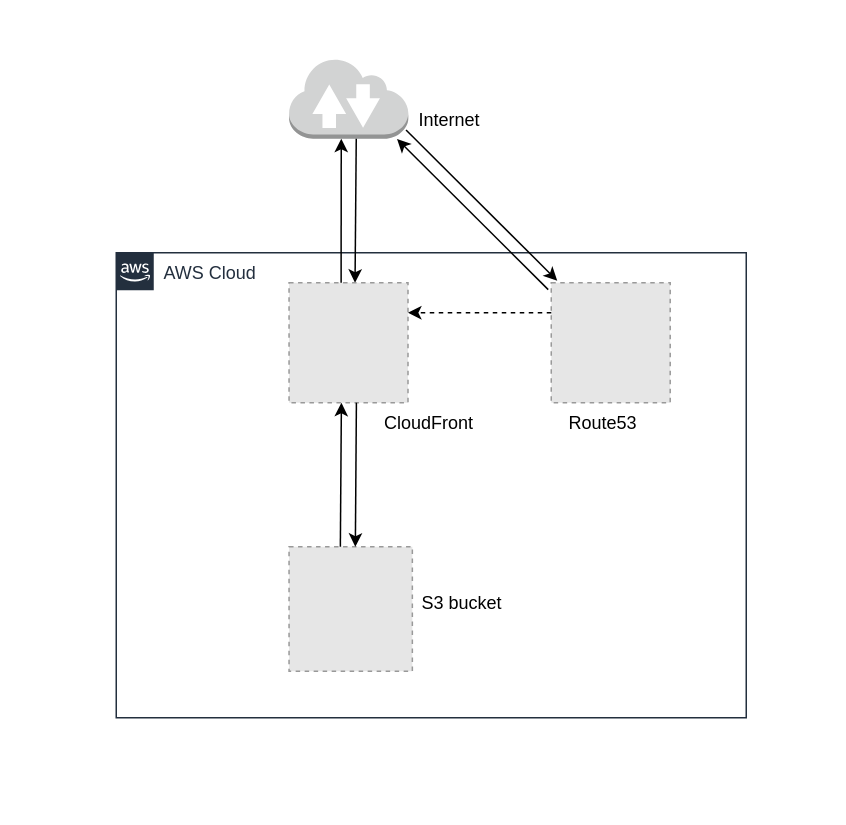
kokoichi206/cloud-prac keeps this draw.io diagram as aws_saa/cloud_front_s3/docs/cf_s3.drawio. Above is the earlier version. Source tidied: cells renumbered, new cells numbered last; positions are measured from the earlier drawing's top-left corner, leaving out a move shared by most shapes. Both pictures are drawn from the tidied source at 150%, with x=0, y=0 at pixel (26, 26). Pictures stored in the file or linked from it are replaced by grey dashed boxes.
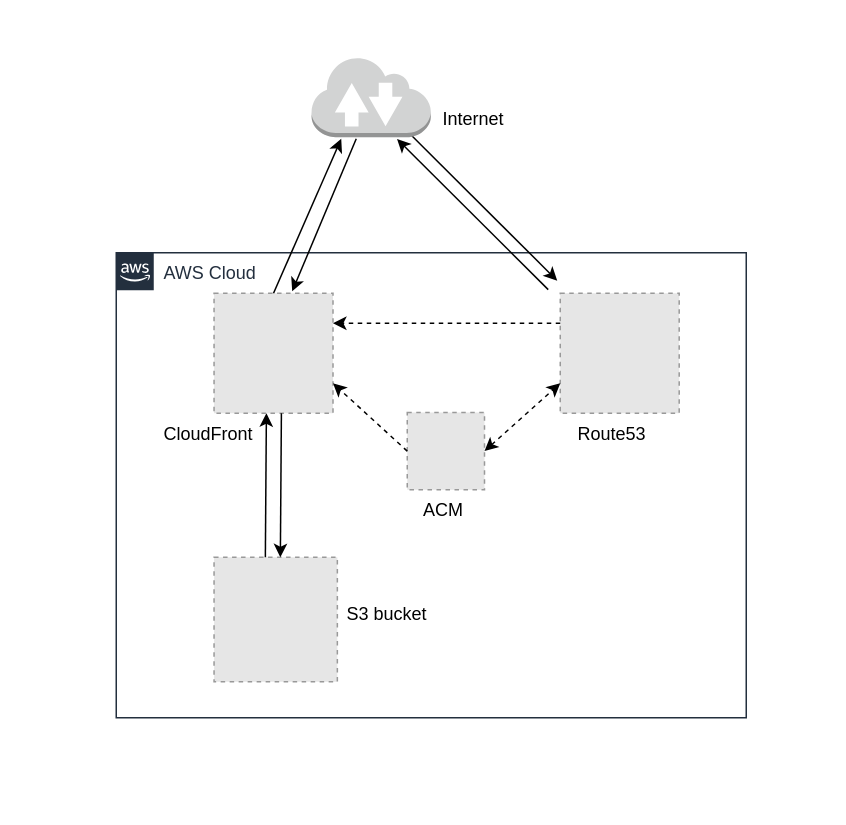
The same diagram, later.

Commit message (it also covers changes not shown here):
fix: architecture fig (#1)

Change to the diagram source:
```diff
@@
-    <mxCell id="4" style="dashed=0;verticalLabelPosition=bottom;verticalAlign=top;align=center;html=1;shape=mxgraph.aws3.internet_2;fillColor=#D2D3D3;gradientColor=none;" parent="1" vertex="1">
-      <mxGeometry x="175.2" y="21" width="79.5" height="54" as="geometry" />
-    </mxCell>
     <mxCell id="5" value="CloudFront" style="text;whiteSpace=wrap;html=1;fontColor=#000000;" parent="1" vertex="1">
-      <mxGeometry x="236.6" y="251" width="78.9" height="30" as="geometry" />
+      <mxGeometry x="90" y="258" width="78.9" height="30" as="geometry" />
     </mxCell>
-    <mxCell id="6" style="endArrow=classic;html=1;fontColor=#000000;entryX=0.5;entryY=0;entryDx=0;entryDy=0;exitX=0.5;exitY=1;exitDx=0;exitDy=0;exitPerimeter=0;" parent="1" edge="1">
+    <mxCell id="6" style="endArrow=classic;html=1;fontColor=#000000;entryX=0.657;entryY=-0.016;entryDx=0;entryDy=0;exitX=0.5;exitY=1;exitDx=0;exitDy=0;exitPerimeter=0;entryPerimeter=0;" parent="1" edge="1" target="8">
       <mxGeometry relative="1" as="geometry">
         <mxPoint x="220" y="75" as="sourcePoint" />
-        <mxPoint x="219.2" y="171" as="targetPoint" />
       </mxGeometry>
     </mxCell>
     <mxCell id="7" style="fillColor=#E6E6E6;strokeColor=#999999;dashed=1;verticalLabelPosition=bottom;labelBackgroundColor=#ffffff;verticalAlign=top;" parent="1" vertex="1">
-      <mxGeometry x="175.2" y="347" width="82.2" height="83" as="geometry" />
+      <mxGeometry x="125.2" y="354" width="82.2" height="83" as="geometry" />
     </mxCell>
     <mxCell id="8" style="fillColor=#E6E6E6;strokeColor=#999999;dashed=1;verticalLabelPosition=bottom;labelBackgroundColor=#ffffff;verticalAlign=top;" parent="1" vertex="1">
-      <mxGeometry x="175.2" y="171" width="79.3" height="80" as="geometry" />
+      <mxGeometry x="125.2" y="178" width="79.3" height="80" as="geometry" />
     </mxCell>
     <mxCell id="9" value="S3 bucket" style="text;whiteSpace=wrap;html=1;fontColor=#000000;" parent="1" vertex="1">
-      <mxGeometry x="261.5" y="371" width="120" height="30" as="geometry" />
+      <mxGeometry x="211.5" y="378" width="120" height="30" as="geometry" />
     </mxCell>
     <mxCell id="10" style="endArrow=classic;html=1;fontColor=#000000;entryX=0.5;entryY=0;entryDx=0;entryDy=0;exitX=0.5;exitY=1;exitDx=0;exitDy=0;exitPerimeter=0;" parent="1" edge="1">
       <mxGeometry relative="1" as="geometry">
-        <mxPoint x="220.1" y="251" as="sourcePoint" />
-        <mxPoint x="219.4" y="347" as="targetPoint" />
+        <mxPoint x="170.1" y="258" as="sourcePoint" />
+        <mxPoint x="169.4" y="354" as="targetPoint" />
       </mxGeometry>
     </mxCell>
-    <mxCell id="11" style="endArrow=classic;html=1;fontColor=#000000;exitX=0.5;exitY=0;exitDx=0;exitDy=0;entryX=0.5;entryY=1;entryDx=0;entryDy=0;entryPerimeter=0;" parent="1" edge="1">
+    <mxCell id="11" style="endArrow=classic;html=1;fontColor=#000000;exitX=0.5;exitY=0;exitDx=0;exitDy=0;entryX=0.5;entryY=1;entryDx=0;entryDy=0;entryPerimeter=0;" parent="1" edge="1" source="8">
       <mxGeometry relative="1" as="geometry">
-        <mxPoint x="209.9" y="171" as="sourcePoint" />
         <mxPoint x="210" y="75" as="targetPoint" />
       </mxGeometry>
     </mxCell>
     <mxCell id="12" value="&lt;span style=&quot;color: rgb(0 , 0 , 0) ; font-family: &amp;#34;helvetica&amp;#34; ; font-size: 12px ; font-style: normal ; font-weight: 400 ; letter-spacing: normal ; text-align: center ; text-indent: 0px ; text-transform: none ; word-spacing: 0px ; display: inline ; float: none&quot;&gt;Internet&lt;/span&gt;" style="text;whiteSpace=wrap;html=1;" parent="1" vertex="1">
-      <mxGeometry x="260" y="49" width="55.5" height="26" as="geometry" />
+      <mxGeometry x="276" y="48" width="55.5" height="26" as="geometry" />
     </mxCell>
     <mxCell id="13" style="endArrow=none;html=1;fontColor=#000000;entryX=0.5;entryY=0;entryDx=0;entryDy=0;exitX=0.5;exitY=1;exitDx=0;exitDy=0;exitPerimeter=0;startArrow=classic;startFill=1;endFill=0;" parent="1" edge="1">
       <mxGeometry relative="1" as="geometry">
-        <mxPoint x="210.1" y="251" as="sourcePoint" />
-        <mxPoint x="209.4" y="347" as="targetPoint" />
+        <mxPoint x="160.1" y="258" as="sourcePoint" />
+        <mxPoint x="159.4" y="354" as="targetPoint" />
       </mxGeometry>
     </mxCell>
     <mxCell id="14" style="fillColor=#E6E6E6;strokeColor=#999999;dashed=1;verticalLabelPosition=bottom;labelBackgroundColor=#ffffff;verticalAlign=top;" parent="1" vertex="1">
-      <mxGeometry x="350" y="171" width="79.3" height="80" as="geometry" />
+      <mxGeometry x="356" y="178" width="79.3" height="80" as="geometry" />
     </mxCell>
     <mxCell id="15" value="Route53" style="text;whiteSpace=wrap;html=1;fontColor=#000000;" parent="1" vertex="1">
-      <mxGeometry x="359.6" y="251" width="69.7" height="30" as="geometry" />
+      <mxGeometry x="365.6" y="258" width="69.7" height="30" as="geometry" />
     </mxCell>
@@
+    <mxCell id="4" style="dashed=0;verticalLabelPosition=bottom;verticalAlign=top;align=center;html=1;shape=mxgraph.aws3.internet_2;fillColor=#D2D3D3;gradientColor=none;" parent="1" vertex="1">
+      <mxGeometry x="190.2" y="20" width="79.5" height="54" as="geometry" />
+    </mxCell>
+    <mxCell id="19" style="fillColor=#E6E6E6;strokeColor=#999999;dashed=1;verticalLabelPosition=bottom;labelBackgroundColor=#ffffff;verticalAlign=top;" parent="1" vertex="1">
+      <mxGeometry x="254" y="257.5" width="51.5" height="51.5" as="geometry" />
+    </mxCell>
+    <mxCell id="20" value="ACM" style="text;whiteSpace=wrap;html=1;fontColor=#000000;" parent="1" vertex="1">
+      <mxGeometry x="262.6" y="309" width="38.2" height="23" as="geometry" />
+    </mxCell>
+    <mxCell id="21" style="endArrow=classic;html=1;fontColor=#000000;exitX=0;exitY=0.5;exitDx=0;exitDy=0;entryX=1;entryY=0.75;entryDx=0;entryDy=0;dashed=1;startArrow=none;startFill=0;" parent="1" edge="1" source="19" target="8">
+      <mxGeometry relative="1" as="geometry" />
+    </mxCell>
+    <mxCell id="22" style="endArrow=classic;html=1;fontColor=#000000;exitX=1;exitY=0.5;exitDx=0;exitDy=0;entryX=0;entryY=0.75;entryDx=0;entryDy=0;dashed=1;startArrow=classic;startFill=1;" parent="1" edge="1" source="19" target="14">
+      <mxGeometry relative="1" as="geometry" />
+    </mxCell>
```
